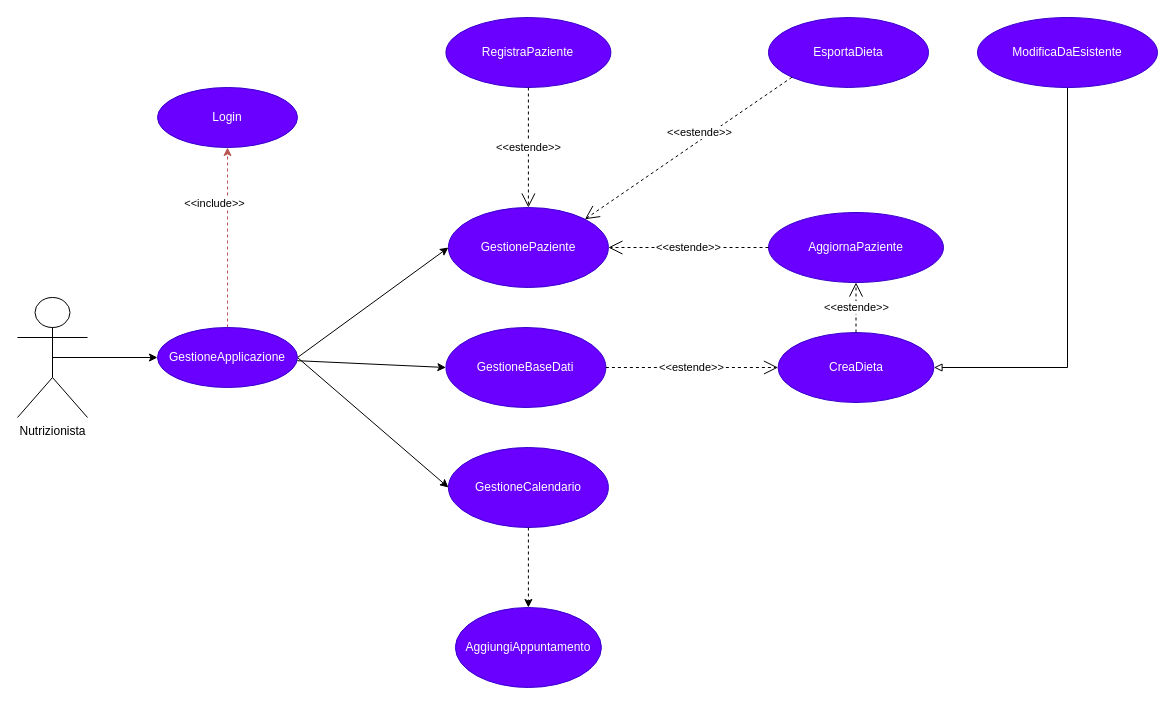
This is Casi_d'uso(2).drawio from DeborohNoah/IngSoft, a draw.io file, before an edit. Source tidied: cells renumbered, new cells numbered last; positions are measured from the earlier drawing's top-left corner, leaving out a move shared by most shapes. Both pictures are drawn from the tidied source at 100%, with x=0, y=0 at pixel (17, 17).
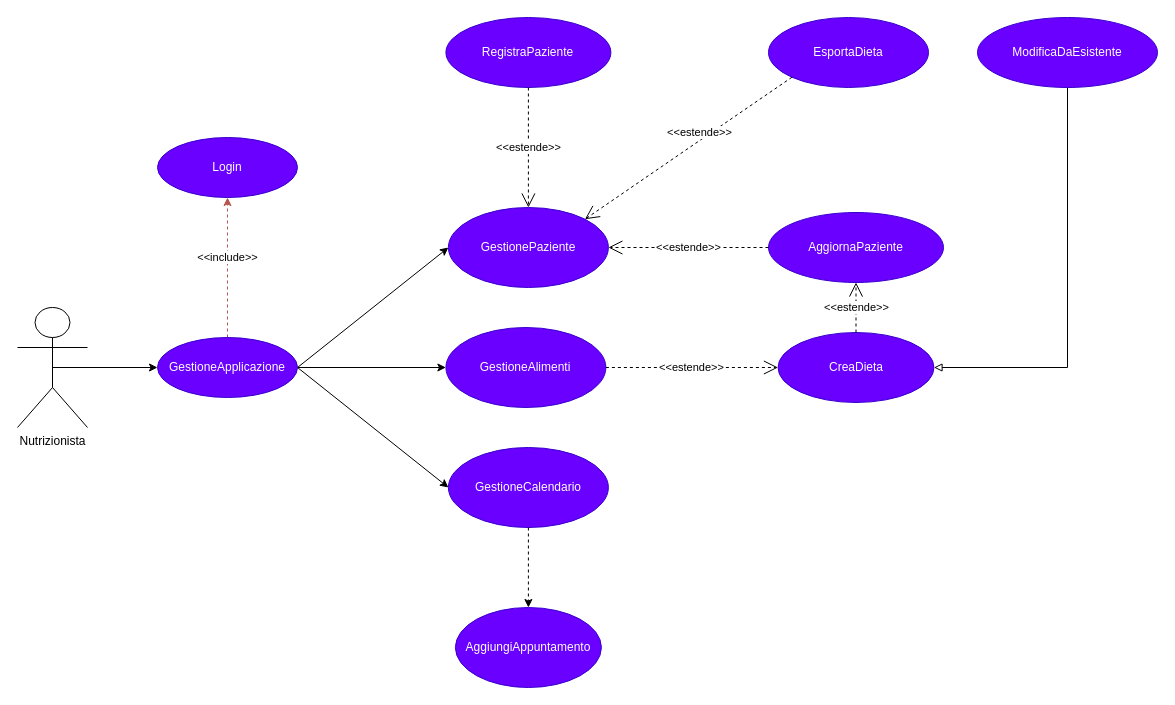
The same page after the edit.

Commit message (it also covers changes not shown here):
Casi d'uso e schema aggiornati

What changed in the source:
```diff
@@
     <mxCell id="2" value="Nutrizionista" style="shape=umlActor;verticalLabelPosition=bottom;verticalAlign=top;html=1;outlineConnect=0;" parent="1" vertex="1">
-      <mxGeometry y="280" width="70" height="120" as="geometry" />
+      <mxGeometry y="290" width="70" height="120" as="geometry" />
     </mxCell>
     <mxCell id="3" value="Login" style="ellipse;whiteSpace=wrap;html=1;fillColor=#6a00ff;strokeColor=#3700CC;fontColor=#ffffff;" parent="1" vertex="1">
-      <mxGeometry x="140" y="70" width="140" height="60" as="geometry" />
+      <mxGeometry x="140" y="120" width="140" height="60" as="geometry" />
     </mxCell>
@@
-    <mxCell id="9" value="GestioneBaseDati" style="ellipse;whiteSpace=wrap;html=1;fillColor=#6a00ff;fontColor=#ffffff;strokeColor=#3700CC;" parent="1" vertex="1">
+    <mxCell id="9" value="GestioneAlimenti" style="ellipse;whiteSpace=wrap;html=1;fillColor=#6a00ff;fontColor=#ffffff;strokeColor=#3700CC;" parent="1" vertex="1">
       <mxGeometry x="428.4" y="310" width="160" height="80" as="geometry" />
     </mxCell>
@@
     <mxCell id="13" value="&amp;lt;&amp;lt;include&amp;gt;&amp;gt;" style="endArrow=classic;html=1;dashed=1; rounded=0;exitX=0.5;exitY=0;exitDx=0;exitDy=0;fillColor=#f8cecc;strokeColor=#b85450;entryX=0.5;entryY=1;entryDx=0;entryDy=0;" parent="1" edge="1" source="24" target="3">
-      <mxGeometry x="0.38" y="13" relative="1" as="geometry" />
+      <mxGeometry x="0.14" relative="1" as="geometry" />
     </mxCell>
@@
     <mxCell id="24" value="GestioneApplicazione" style="ellipse;whiteSpace=wrap;html=1;fillColor=#6a00ff;strokeColor=#3700CC;fontColor=#ffffff;" parent="1" vertex="1">
-      <mxGeometry x="140" y="310" width="140" height="60" as="geometry" />
+      <mxGeometry x="140" y="320" width="140" height="60" as="geometry" />
     </mxCell>
```
